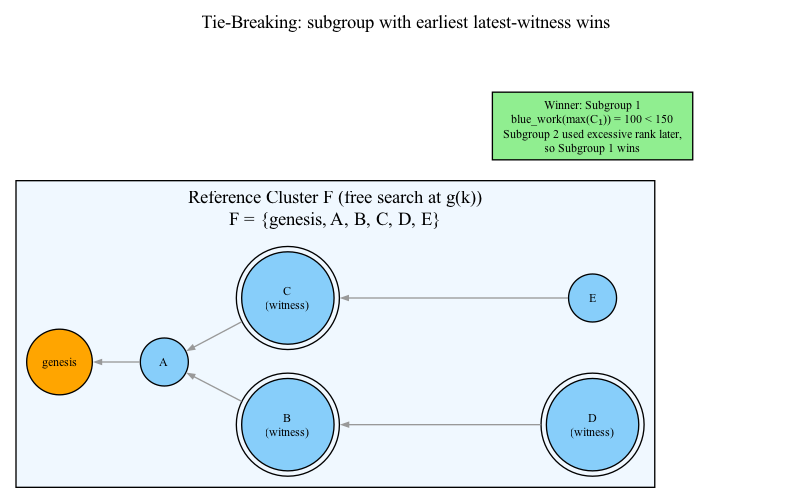
Earlier version of the Graphviz export png/08-tie-breaking-example.png (coderofstuff/dk-wiki). Its source is kept beside it as dot/08-tie-breaking-example.dot.
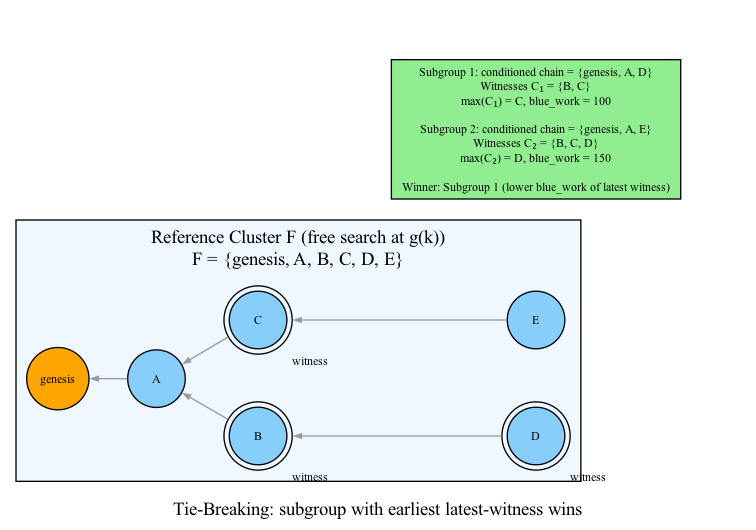
After the change.

Change to the diagram source:
```diff
@@ -1,20 +1,22 @@
 digraph tie_breaking_example {
     rankdir=RL;
-    node [shape=circle, style=filled, fontsize=9];
+    nodesep=0.5;
+    ranksep=0.4;
+    node [shape=circle, style=filled, fontsize=9, width=0.6, height=0.6];
     edge [arrowsize=0.5, color=gray60];
 
     label="Tie-Breaking: subgroup with earliest latest-witness wins";
-    labelloc=t;
 
     GEN [label="genesis", fillcolor=orange];
     A [label="A", fillcolor=lightskyblue];
-    B [label="B\n(witness)", fillcolor=lightskyblue, shape=doublecircle];
-    C [label="C\n(witness)", fillcolor=lightskyblue, shape=doublecircle];
-    D [label="D\n(witness)", fillcolor=lightskyblue, shape=doublecircle];
+    B [label="B", fillcolor=lightskyblue, shape=doublecircle, xlabel="witness"];
+    C [label="C", fillcolor=lightskyblue, shape=doublecircle, xlabel="witness"];
+    D [label="D", fillcolor=lightskyblue, shape=doublecircle, xlabel="witness"];
     E [label="E", fillcolor=lightskyblue];
 
     subgraph cluster_f {
         label="Reference Cluster F (free search at g(k))\nF = {genesis, A, B, C, D, E}";
+        labelloc=t;
         style=filled;
         fillcolor=aliceblue;
 
@@ -25,20 +27,8 @@
         E -> C;
     }
 
-    subgraph cluster_chain1 {
-        label="Subgroup 1: conditioned chain = {genesis, A, D}\nWitnesses C₁ = {B, C}\nmax(C₁) = C, blue_work = 100";
-        style=filled;
-        fillcolor=honeydew;
-    }
-
-    subgraph cluster_chain2 {
-        label="Subgroup 2: conditioned chain = {genesis, A, E}\nWitnesses C₂ = {B, C, D}\nmax(C₂) = D, blue_work = 150";
-        style=filled;
-        fillcolor=mistyrose;
-    }
-
     subgraph cluster_result {
         style=invis;
-        WINNER [label="Winner: Subgroup 1\nblue_work(max(C₁)) = 100 < 150\nSubgroup 2 used excessive rank later,\nso Subgroup 1 wins", shape=box, style=filled, fillcolor=lightgreen, fontsize=9];
+        WINNER [label="Subgroup 1: conditioned chain = {genesis, A, D}\nWitnesses C₁ = {B, C}\nmax(C₁) = C, blue_work = 100\n\nSubgroup 2: conditioned chain = {genesis, A, E}\nWitnesses C₂ = {B, C, D}\nmax(C₂) = D, blue_work = 150\n\nWinner: Subgroup 1 (lower blue_work of latest witness)", shape=box, style=filled, fillcolor=lightgreen, fontsize=9];
     }
 }
```
